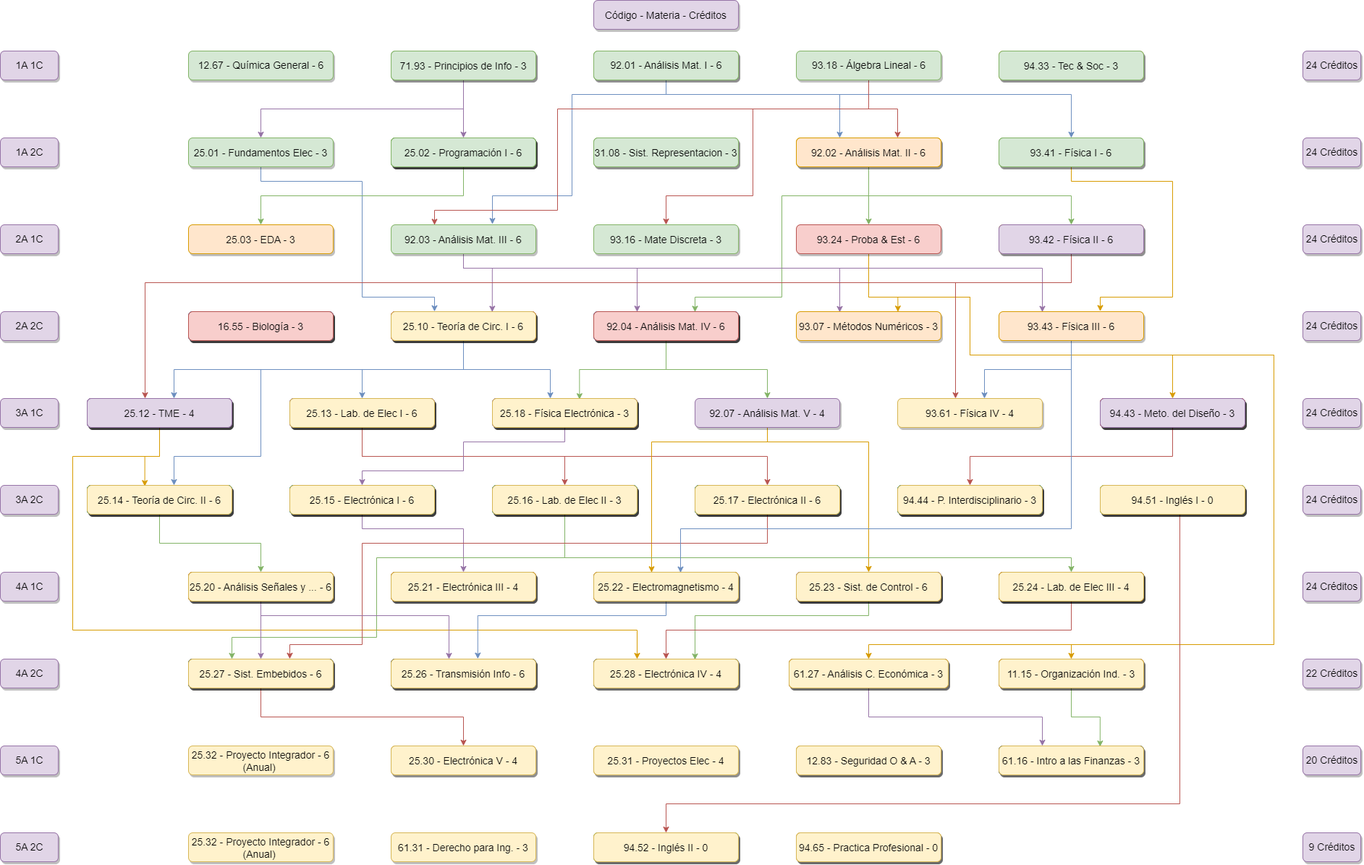
Above: K22.drawio.png in juanipla/K22 (draw.io), before the change. Source tidied: cells renumbered, new cells last; positions are measured from the earlier drawing's top-left corner, leaving out a move shared by most shapes.
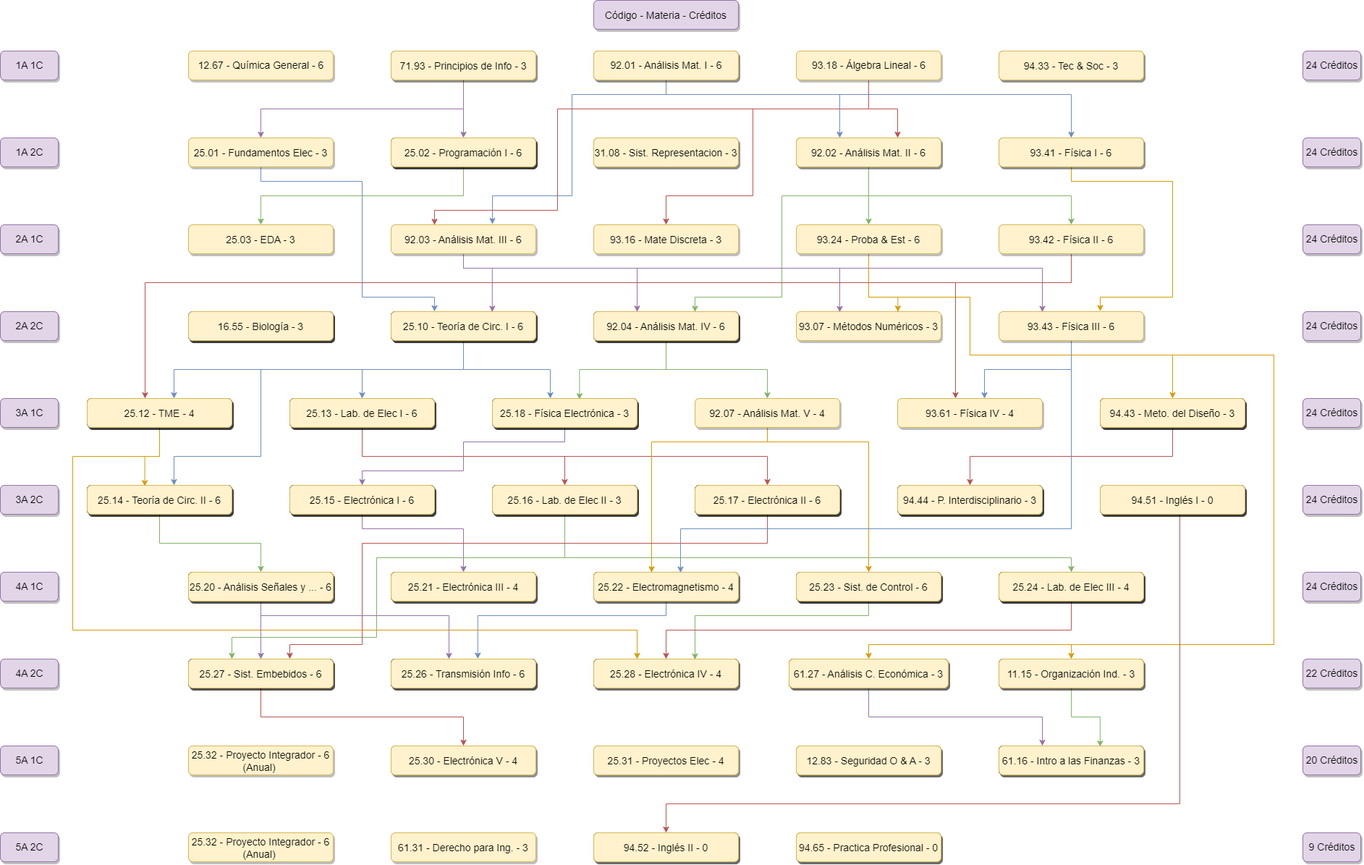
The same file after the commit.

Diff of the diagram source:
```diff
@@ -5,7 +5,7 @@
     <mxCell id="2" value="Código - Materia - Créditos" style="rounded=1;fillColor=#e1d5e7;strokeColor=#9673a6;shadow=1;fontStyle=0;fontSize=14;labelBorderColor=none;labelBackgroundColor=none;" parent="1" vertex="1">
       <mxGeometry x="820" width="200" height="40" as="geometry" />
     </mxCell>
-    <mxCell id="3" value="&lt;font style=&quot;font-size: 14px&quot;&gt;12.67 - Química General - 6&lt;/font&gt;" style="rounded=1;fillColor=#d5e8d4;strokeColor=#82b366;shadow=1;fontStyle=0;fontSize=14;labelBorderColor=none;labelBackgroundColor=none;html=1;" parent="1" vertex="1">
+    <mxCell id="3" value="&lt;font style=&quot;font-size: 14px&quot;&gt;12.67 - Química General - 6&lt;/font&gt;" style="rounded=1;fillColor=#fff2cc;strokeColor=#d6b656;shadow=1;fontStyle=0;fontSize=14;labelBorderColor=none;labelBackgroundColor=none;html=1;" parent="1" vertex="1">
       <mxGeometry x="260" y="70" width="200" height="40" as="geometry" />
     </mxCell>
     <mxCell id="4" style="edgeStyle=orthogonalEdgeStyle;rounded=0;jettySize=auto;html=1;entryX=0.5;entryY=0;entryDx=0;entryDy=0;fillColor=#e1d5e7;strokeColor=#9673a6;" parent="1" edge="1" source="6" target="19">
@@ -79,7 +79,7 @@
         </Array>
       </mxGeometry>
     </mxCell>
-    <mxCell id="14" value="93.18 - Álgebra Lineal - 6" style="rounded=1;fillColor=#d5e8d4;strokeColor=#82b366;shadow=1;fontStyle=0;fontSize=14;labelBorderColor=none;labelBackgroundColor=none;verticalAlign=middle;html=1;" parent="1" vertex="1">
+    <mxCell id="14" value="93.18 - Álgebra Lineal - 6" style="rounded=1;fillColor=#fff2cc;strokeColor=#d6b656;shadow=1;fontStyle=0;fontSize=14;labelBorderColor=none;labelBackgroundColor=none;verticalAlign=middle;html=1;" parent="1" vertex="1">
       <mxGeometry x="1100" y="70" width="200" height="40" as="geometry" />
     </mxCell>
     <mxCell id="15" value="94.33 - Tec &amp; Soc - 3" style="rounded=1;fillColor=#fff2cc;strokeColor=#d6b656;shadow=1;fontStyle=0;fontSize=14;labelBorderColor=none;labelBackgroundColor=none;verticalAlign=middle;" parent="1" vertex="1">
@@ -96,7 +96,7 @@
         </Array>
       </mxGeometry>
     </mxCell>
-    <mxCell id="17" value="25.01 - Fundamentos Elec - 3" style="rounded=1;fillColor=#d5e8d4;strokeColor=#82b366;shadow=1;fontStyle=0;fontSize=14;labelBorderColor=none;labelBackgroundColor=none;" parent="1" vertex="1">
+    <mxCell id="17" value="25.01 - Fundamentos Elec - 3" style="rounded=1;fillColor=#fff2cc;strokeColor=#d6b656;shadow=1;fontStyle=0;fontSize=14;labelBorderColor=none;labelBackgroundColor=none;" parent="1" vertex="1">
       <mxGeometry x="260" y="190" width="200" height="40" as="geometry" />
     </mxCell>
     <mxCell id="18" style="edgeStyle=orthogonalEdgeStyle;rounded=0;jumpStyle=none;jettySize=auto;html=1;entryX=0.5;entryY=0;entryDx=0;entryDy=0;fillColor=#d5e8d4;strokeColor=#82b366;" parent="1" edge="1" source="19" target="27">
@@ -151,7 +151,7 @@
     <mxCell id="26" value="93.41 - Física I - 6" style="rounded=1;fillColor=#d5e8d4;strokeColor=#82b366;shadow=1;fontStyle=0;fontSize=14;labelBorderColor=none;labelBackgroundColor=none;verticalAlign=middle;" parent="1" vertex="1">
       <mxGeometry x="1380" y="190" width="200" height="40" as="geometry" />
     </mxCell>
-    <mxCell id="27" value="25.03 - EDA - 3" style="rounded=1;fillColor=#ffe6cc;strokeColor=#d79b00;shadow=1;fontStyle=0;fontSize=14;labelBorderColor=none;labelBackgroundColor=none;" parent="1" vertex="1">
+    <mxCell id="27" value="25.03 - EDA - 3" style="rounded=1;fillColor=#fff2cc;strokeColor=#d6b656;shadow=1;fontStyle=0;fontSize=14;labelBorderColor=none;labelBackgroundColor=none;" parent="1" vertex="1">
       <mxGeometry x="260" y="310" width="200" height="40" as="geometry" />
     </mxCell>
     <mxCell id="28" style="edgeStyle=orthogonalEdgeStyle;rounded=0;jumpStyle=none;jettySize=auto;html=1;entryX=0.699;entryY=0.013;entryDx=0;entryDy=0;fillColor=#e1d5e7;strokeColor=#9673a6;entryPerimeter=0;" parent="1" edge="1" source="32" target="83">
@@ -188,10 +188,10 @@
         </Array>
       </mxGeometry>
     </mxCell>
-    <mxCell id="32" value="92.03 - Análisis Mat. III - 6" style="rounded=1;fillColor=#d5e8d4;strokeColor=#82b366;shadow=1;fontStyle=0;fontSize=14;labelBorderColor=none;labelBackgroundColor=none;" parent="1" vertex="1">
+    <mxCell id="32" value="92.03 - Análisis Mat. III - 6" style="rounded=1;fillColor=#fff2cc;strokeColor=#d6b656;shadow=1;fontStyle=0;fontSize=14;labelBorderColor=none;labelBackgroundColor=none;" parent="1" vertex="1">
       <mxGeometry x="540" y="310" width="200" height="40" as="geometry" />
     </mxCell>
-    <mxCell id="33" value="93.16 - Mate Discreta - 3" style="rounded=1;fillColor=#d5e8d4;strokeColor=#82b366;shadow=1;fontStyle=0;fontSize=14;labelBorderColor=none;labelBackgroundColor=none;verticalAlign=middle;" parent="1" vertex="1">
+    <mxCell id="33" value="93.16 - Mate Discreta - 3" style="rounded=1;fillColor=#fff2cc;strokeColor=#d6b656;shadow=1;fontStyle=0;fontSize=14;labelBorderColor=none;labelBackgroundColor=none;verticalAlign=middle;" parent="1" vertex="1">
       <mxGeometry x="820" y="310" width="200" height="40" as="geometry" />
     </mxCell>
     <mxCell id="34" style="edgeStyle=orthogonalEdgeStyle;rounded=0;jumpStyle=none;jettySize=auto;html=1;entryX=0.702;entryY=0.006;entryDx=0;entryDy=0;fillColor=#ffe6cc;strokeColor=#d79b00;entryPerimeter=0;" parent="1" edge="1" source="38" target="87">
@@ -236,7 +236,7 @@
         </Array>
       </mxGeometry>
     </mxCell>
-    <mxCell id="38" value="93.24 - Proba &amp; Est - 6" style="rounded=1;fillColor=#f8cecc;strokeColor=#b85450;shadow=1;fontStyle=0;fontSize=14;labelBorderColor=none;labelBackgroundColor=none;verticalAlign=middle;" parent="1" vertex="1">
+    <mxCell id="38" value="93.24 - Proba &amp; Est - 6" style="rounded=1;fillColor=#fff2cc;strokeColor=#d6b656;shadow=1;fontStyle=0;fontSize=14;labelBorderColor=none;labelBackgroundColor=none;verticalAlign=middle;" parent="1" vertex="1">
       <mxGeometry x="1100" y="310" width="200" height="40" as="geometry" />
     </mxCell>
     <mxCell id="39" style="edgeStyle=orthogonalEdgeStyle;rounded=0;jumpStyle=none;jettySize=auto;html=1;entryX=0.398;entryY=-0.001;entryDx=0;entryDy=0;fillColor=#f8cecc;strokeColor=#b85450;entryPerimeter=0;" parent="1" edge="1" source="41" target="54">
@@ -354,7 +354,7 @@
         </Array>
       </mxGeometry>
     </mxCell>
-    <mxCell id="62" value="92.07 - Análisis Mat. V - 4" style="rounded=1;fillColor=#e1d5e7;strokeColor=#9673a6;shadow=1;fontStyle=0;fontSize=14;labelBorderColor=none;labelBackgroundColor=none;verticalAlign=middle;" parent="1" vertex="1">
+    <mxCell id="62" value="92.07 - Análisis Mat. V - 4" style="rounded=1;fillColor=#fff2cc;strokeColor=#d6b656;shadow=1;fontStyle=0;fontSize=14;labelBorderColor=none;labelBackgroundColor=none;verticalAlign=middle;" parent="1" vertex="1">
       <mxGeometry x="960" y="550" width="200" height="40" as="geometry" />
     </mxCell>
     <mxCell id="63" value="93.61 - Física IV - 4" style="rounded=1;fillColor=#fff2cc;strokeColor=#d6b656;shadow=1;fontStyle=0;fontSize=14;labelBorderColor=none;labelBackgroundColor=none;verticalAlign=middle;" parent="1" vertex="1">
@@ -486,7 +486,7 @@
     <mxCell id="86" value="92.04 - Análisis Mat. IV - 6" style="rounded=1;fillColor=#dae8fc;strokeColor=#6c8ebf;shadow=1;fontStyle=0;fontSize=14;labelBorderColor=none;labelBackgroundColor=none;verticalAlign=middle;" parent="1" vertex="1">
       <mxGeometry x="820" y="430" width="200" height="40" as="geometry" />
     </mxCell>
-    <mxCell id="87" value="93.07 - Métodos Numéricos - 3" style="rounded=1;fillColor=#ffe6cc;strokeColor=#d79b00;shadow=1;fontStyle=0;fontSize=14;labelBorderColor=none;labelBackgroundColor=none;verticalAlign=middle;" parent="1" vertex="1">
+    <mxCell id="87" value="93.07 - Métodos Numéricos - 3" style="rounded=1;fillColor=#fff2cc;strokeColor=#d6b656;shadow=1;fontStyle=0;fontSize=14;labelBorderColor=none;labelBackgroundColor=none;verticalAlign=middle;" parent="1" vertex="1">
       <mxGeometry x="1100" y="430" width="200" height="40" as="geometry" />
     </mxCell>
     <mxCell id="88" style="edgeStyle=orthogonalEdgeStyle;rounded=0;jumpStyle=none;jettySize=auto;html=1;fillColor=#dae8fc;strokeColor=#6c8ebf;" parent="1" edge="1" source="90">
@@ -507,7 +507,7 @@
         </Array>
       </mxGeometry>
     </mxCell>
-    <mxCell id="90" value="93.43 - Física III - 6" style="rounded=1;fillColor=#ffe6cc;strokeColor=#d79b00;shadow=1;fontStyle=0;fontSize=14;labelBorderColor=none;labelBackgroundColor=none;verticalAlign=middle;" parent="1" vertex="1">
+    <mxCell id="90" value="93.43 - Física III - 6" style="rounded=1;fillColor=#fff2cc;strokeColor=#d6b656;shadow=1;fontStyle=0;fontSize=14;labelBorderColor=none;labelBackgroundColor=none;verticalAlign=middle;" parent="1" vertex="1">
       <mxGeometry x="1380" y="430" width="200" height="40" as="geometry" />
     </mxCell>
     <mxCell id="91" style="edgeStyle=orthogonalEdgeStyle;rounded=0;jumpStyle=none;jettySize=auto;html=1;entryX=0.5;entryY=0;entryDx=0;entryDy=0;fillColor=#e1d5e7;strokeColor=#9673a6;" parent="1" edge="1" source="93" target="102">
@@ -652,22 +652,22 @@
     <mxCell id="127" value="25.32 - Proyecto Integrador - 6&#10;(Anual) " style="rounded=1;fillColor=#fff2cc;strokeColor=#d6b656;shadow=1;fontStyle=0;fontSize=14;labelBorderColor=none;labelBackgroundColor=none;" parent="1" vertex="1">
       <mxGeometry x="260" y="1150" width="200" height="40" as="geometry" />
     </mxCell>
-    <mxCell id="128" value="94.33 - Tec &amp; Soc - 3" style="rounded=1;fillColor=#d5e8d4;strokeColor=#82b366;shadow=1;fontStyle=0;fontSize=14;labelBorderColor=none;labelBackgroundColor=none;verticalAlign=middle;" parent="1" vertex="1">
+    <mxCell id="128" value="94.33 - Tec &amp; Soc - 3" style="rounded=1;fillColor=#fff2cc;strokeColor=#d6b656;shadow=1;fontStyle=0;fontSize=14;labelBorderColor=none;labelBackgroundColor=none;verticalAlign=middle;" parent="1" vertex="1">
       <mxGeometry x="1380" y="70" width="200" height="40" as="geometry" />
     </mxCell>
-    <mxCell id="129" value="93.41 - Física I - 6" style="rounded=1;fillColor=#d5e8d4;strokeColor=#82b366;shadow=1;fontStyle=0;fontSize=14;labelBorderColor=none;labelBackgroundColor=none;verticalAlign=middle;" parent="1" vertex="1">
+    <mxCell id="129" value="93.41 - Física I - 6" style="rounded=1;fillColor=#fff2cc;strokeColor=#d6b656;shadow=1;fontStyle=0;fontSize=14;labelBorderColor=none;labelBackgroundColor=none;verticalAlign=middle;" parent="1" vertex="1">
       <mxGeometry x="1380" y="190" width="200" height="40" as="geometry" />
     </mxCell>
-    <mxCell id="130" value="92.02 - Análisis Mat. II - 6" style="rounded=1;fillColor=#ffe6cc;strokeColor=#d79b00;shadow=1;fontStyle=0;fontSize=14;labelBorderColor=none;labelBackgroundColor=none;verticalAlign=middle;" parent="1" vertex="1">
+    <mxCell id="130" value="92.02 - Análisis Mat. II - 6" style="rounded=1;fillColor=#fff2cc;strokeColor=#d6b656;shadow=1;fontStyle=0;fontSize=14;labelBorderColor=none;labelBackgroundColor=none;verticalAlign=middle;" parent="1" vertex="1">
       <mxGeometry x="1100" y="190" width="200" height="40" as="geometry" />
     </mxCell>
-    <mxCell id="131" value="31.08 - Sist. Representacion - 3" style="rounded=1;fillColor=#d5e8d4;strokeColor=#82b366;shadow=1;fontStyle=0;fontSize=14;labelBorderColor=none;labelBackgroundColor=none;verticalAlign=middle;" parent="1" vertex="1">
+    <mxCell id="131" value="31.08 - Sist. Representacion - 3" style="rounded=1;fillColor=#fff2cc;strokeColor=#d6b656;shadow=1;fontStyle=0;fontSize=14;labelBorderColor=none;labelBackgroundColor=none;verticalAlign=middle;" parent="1" vertex="1">
       <mxGeometry x="820" y="190" width="200" height="40" as="geometry" />
     </mxCell>
-    <mxCell id="132" value="92.01 - Análisis Mat. I - 6" style="rounded=1;fillColor=#d5e8d4;strokeColor=#82b366;shadow=1;fontStyle=0;fontSize=14;labelBorderColor=none;labelBackgroundColor=none;html=1;verticalAlign=middle;" parent="1" vertex="1">
+    <mxCell id="132" value="92.01 - Análisis Mat. I - 6" style="rounded=1;fillColor=#fff2cc;strokeColor=#d6b656;shadow=1;fontStyle=0;fontSize=14;labelBorderColor=none;labelBackgroundColor=none;html=1;verticalAlign=middle;" parent="1" vertex="1">
       <mxGeometry x="820" y="70" width="200" height="40" as="geometry" />
     </mxCell>
-    <mxCell id="133" value="71.93 - Principios de Info - 3" style="rounded=1;fillColor=#d5e8d4;strokeColor=#82b366;shadow=1;fontStyle=0;fontSize=14;labelBorderColor=none;labelBackgroundColor=none;" parent="1" vertex="1">
+    <mxCell id="133" value="71.93 - Principios de Info - 3" style="rounded=1;fillColor=#fff2cc;strokeColor=#d6b656;shadow=1;fontStyle=0;fontSize=14;labelBorderColor=none;labelBackgroundColor=none;" parent="1" vertex="1">
       <mxGeometry x="540" y="70" width="200" height="40" as="geometry" />
     </mxCell>
     <mxCell id="134" value="94.43 - Meto. del Diseño - 3" style="rounded=1;fillColor=#f8cecc;strokeColor=#b85450;shadow=1;fontStyle=0;fontSize=14;labelBorderColor=none;labelBackgroundColor=none;verticalAlign=middle;" parent="1" vertex="1">
@@ -847,19 +847,19 @@
     <mxCell id="192" value="61.16 - Intro a las Finanzas - 3" style="rounded=1;fillColor=#bac8d3;strokeColor=#23445d;shadow=1;fontStyle=0;fontSize=14;labelBorderColor=none;labelBackgroundColor=none;verticalAlign=middle;" parent="1" vertex="1">
       <mxGeometry x="1380" y="1030" width="200" height="40" as="geometry" />
     </mxCell>
-    <mxCell id="193" value="94.43 - Meto. del Diseño - 3" style="rounded=1;fillColor=#e1d5e7;strokeColor=#9673a6;shadow=1;fontStyle=0;fontSize=14;labelBorderColor=none;labelBackgroundColor=none;verticalAlign=middle;" parent="1" vertex="1">
+    <mxCell id="193" value="94.43 - Meto. del Diseño - 3" style="rounded=1;fillColor=#fff2cc;strokeColor=#d6b656;shadow=1;fontStyle=0;fontSize=14;labelBorderColor=none;labelBackgroundColor=none;verticalAlign=middle;" parent="1" vertex="1">
       <mxGeometry x="1520" y="550" width="200" height="40" as="geometry" />
     </mxCell>
-    <mxCell id="194" value="25.02 - Programación I - 6" style="rounded=1;fillColor=#d5e8d4;strokeColor=#82b366;shadow=1;fontStyle=0;fontSize=14;labelBorderColor=none;labelBackgroundColor=none;" parent="1" vertex="1">
+    <mxCell id="194" value="25.02 - Programación I - 6" style="rounded=1;fillColor=#fff2cc;strokeColor=#d6b656;shadow=1;fontStyle=0;fontSize=14;labelBorderColor=none;labelBackgroundColor=none;" parent="1" vertex="1">
       <mxGeometry x="540" y="190" width="200" height="40" as="geometry" />
     </mxCell>
-    <mxCell id="195" value="16.55 - Biología - 3" style="rounded=1;fillColor=#f8cecc;strokeColor=#b85450;shadow=1;fontStyle=0;fontSize=14;labelBorderColor=none;labelBackgroundColor=none;" parent="1" vertex="1">
+    <mxCell id="195" value="16.55 - Biología - 3" style="rounded=1;fillColor=#fff2cc;strokeColor=#d6b656;shadow=1;fontStyle=0;fontSize=14;labelBorderColor=none;labelBackgroundColor=none;" parent="1" vertex="1">
       <mxGeometry x="260" y="430" width="200" height="40" as="geometry" />
     </mxCell>
     <mxCell id="196" value="25.10 - Teoría de Circ. I - 6" style="rounded=1;fillColor=#fff2cc;strokeColor=#d6b656;shadow=1;fontStyle=0;fontSize=14;labelBorderColor=none;labelBackgroundColor=none;" parent="1" vertex="1">
       <mxGeometry x="540" y="430" width="200" height="40" as="geometry" />
     </mxCell>
-    <mxCell id="197" value="92.04 - Análisis Mat. IV - 6" style="rounded=1;fillColor=#f8cecc;strokeColor=#b85450;shadow=1;fontStyle=0;fontSize=14;labelBorderColor=none;labelBackgroundColor=none;verticalAlign=middle;" parent="1" vertex="1">
+    <mxCell id="197" value="92.04 - Análisis Mat. IV - 6" style="rounded=1;fillColor=#fff2cc;strokeColor=#d6b656;shadow=1;fontStyle=0;fontSize=14;labelBorderColor=none;labelBackgroundColor=none;verticalAlign=middle;" parent="1" vertex="1">
       <mxGeometry x="820" y="430" width="200" height="40" as="geometry" />
     </mxCell>
     <mxCell id="198" value="25.18 - Física Electrónica - 3" style="rounded=1;fillColor=#fff2cc;strokeColor=#d6b656;shadow=1;fontStyle=0;fontSize=14;labelBorderColor=none;labelBackgroundColor=none;verticalAlign=middle;" parent="1" vertex="1">
@@ -868,7 +868,7 @@
     <mxCell id="199" value="25.13 - Lab. de Elec I - 6" style="rounded=1;fillColor=#fff2cc;strokeColor=#d6b656;shadow=1;fontStyle=0;fontSize=14;labelBorderColor=none;labelBackgroundColor=none;" parent="1" vertex="1">
       <mxGeometry x="400" y="550" width="200" height="40" as="geometry" />
     </mxCell>
-    <mxCell id="200" value="25.12 - TME - 4" style="rounded=1;fillColor=#e1d5e7;strokeColor=#9673a6;shadow=1;fontStyle=0;fontSize=14;labelBorderColor=none;labelBackgroundColor=none;" parent="1" vertex="1">
+    <mxCell id="200" value="25.12 - TME - 4" style="rounded=1;fillColor=#fff2cc;strokeColor=#d6b656;shadow=1;fontStyle=0;fontSize=14;labelBorderColor=none;labelBackgroundColor=none;" parent="1" vertex="1">
       <mxGeometry x="120" y="550" width="200" height="40" as="geometry" />
     </mxCell>
     <mxCell id="201" value="25.14 - Teoría de Circ. II - 6" style="rounded=1;fillColor=#fff2cc;strokeColor=#d6b656;shadow=1;fontStyle=0;fontSize=14;labelBorderColor=none;labelBackgroundColor=none;" parent="1" vertex="1">
@@ -952,8 +952,5 @@
     <mxCell id="227" value="94.52 - Inglés II - 0" style="rounded=1;fillColor=#fff2cc;strokeColor=#d6b656;shadow=1;fontStyle=0;fontSize=14;labelBorderColor=none;labelBackgroundColor=none;verticalAlign=middle;" parent="1" vertex="1">
       <mxGeometry x="820" y="1150" width="200" height="40" as="geometry" />
     </mxCell>
-    <mxCell id="228" value="93.42 - Física II - 6" style="rounded=1;fillColor=#e1d5e7;strokeColor=#9673a6;shadow=1;fontStyle=0;fontSize=14;labelBorderColor=none;labelBackgroundColor=none;verticalAlign=middle;" parent="1" vertex="1">
-      <mxGeometry x="1380" y="310" width="200" height="40" as="geometry" />
-    </mxCell>
   </root>
 </mxGraphModel>
```
